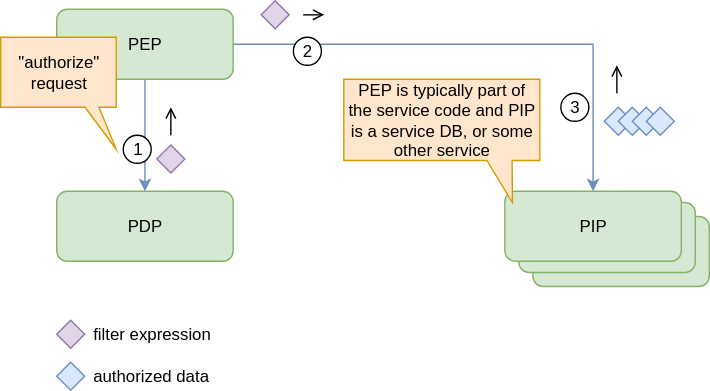
sujalavnelavai/CheatSheetSeries keeps this draw.io diagram as assets/Authorization_filter.svg. Above is the earlier version. Source tidied: cells renumbered, new cells last; positions are measured from the earlier drawing's top-left corner, leaving out a move shared by most shapes.
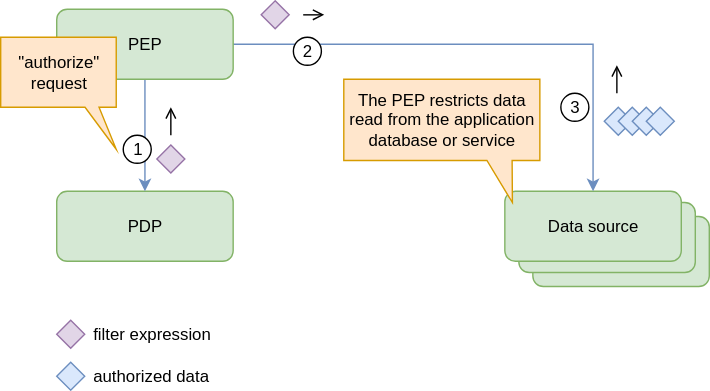
After the change.

Diff of the diagram source:
```diff
@@ -2,10 +2,10 @@
   <root>
     <mxCell id="0" />
     <mxCell id="1" parent="0" />
-    <mxCell id="2" value="PIP" style="rounded=1;whiteSpace=wrap;html=1;fillColor=#d5e8d4;strokeColor=#82b366;" parent="1" vertex="1">
+    <mxCell id="2" value="Data source" style="rounded=1;whiteSpace=wrap;html=1;fillColor=#d5e8d4;strokeColor=#82b366;" parent="1" vertex="1">
       <mxGeometry x="380" y="154" width="126" height="50" as="geometry" />
     </mxCell>
-    <mxCell id="3" value="PIP" style="rounded=1;whiteSpace=wrap;html=1;fillColor=#d5e8d4;strokeColor=#82b366;" parent="1" vertex="1">
+    <mxCell id="3" value="Data source" style="rounded=1;whiteSpace=wrap;html=1;fillColor=#d5e8d4;strokeColor=#82b366;" parent="1" vertex="1">
       <mxGeometry x="370" y="144" width="126" height="50" as="geometry" />
     </mxCell>
     <mxCell id="4" value="PDP" style="rounded=1;whiteSpace=wrap;html=1;fillColor=#d5e8d4;strokeColor=#82b366;" parent="1" vertex="1">
@@ -14,7 +14,7 @@
     <mxCell id="5" value="filter expression" style="text;html=1;align=left;verticalAlign=middle;whiteSpace=wrap;rounded=0;" parent="1" vertex="1">
       <mxGeometry x="64" y="228" width="145" height="20" as="geometry" />
     </mxCell>
-    <mxCell id="6" value="PIP" style="rounded=1;whiteSpace=wrap;html=1;fillColor=#d5e8d4;strokeColor=#82b366;" parent="1" vertex="1">
+    <mxCell id="6" value="Data source" style="rounded=1;whiteSpace=wrap;html=1;fillColor=#d5e8d4;strokeColor=#82b366;" parent="1" vertex="1">
       <mxGeometry x="360" y="136" width="126" height="50" as="geometry" />
     </mxCell>
     <mxCell id="7" style="edgeStyle=orthogonalEdgeStyle;rounded=0;jettySize=auto;html=1;entryX=0.5;entryY=0;entryDx=0;entryDy=0;fillColor=#dae8fc;strokeColor=#6c8ebf;" parent="1" edge="1" source="9" target="4">
@@ -68,7 +68,7 @@
     <mxCell id="21" style="rhombus;whiteSpace=wrap;html=1;fillColor=#dae8fc;strokeColor=#6c8ebf;" parent="1" vertex="1">
       <mxGeometry x="461" y="76" width="20" height="20" as="geometry" />
     </mxCell>
-    <mxCell id="22" value="PEP is typically part of the service code and PIP is a service DB, or some other service" style="shape=callout;whiteSpace=wrap;html=1;perimeter=calloutPerimeter;base=18;size=30;position=0.73;position2=0.86;flipV=0;fillColor=#ffe6cc;strokeColor=#d79b00;" parent="1" vertex="1">
+    <mxCell id="22" value="The PEP restricts data read from the application database or service" style="shape=callout;whiteSpace=wrap;html=1;perimeter=calloutPerimeter;base=18;size=30;position=0.73;position2=0.86;flipV=0;fillColor=#ffe6cc;strokeColor=#d79b00;" parent="1" vertex="1">
       <mxGeometry x="245" y="56" width="140" height="88" as="geometry" />
     </mxCell>
     <mxCell id="23" value="authorized data" style="text;html=1;align=left;verticalAlign=middle;whiteSpace=wrap;rounded=0;" parent="1" vertex="1">
```
